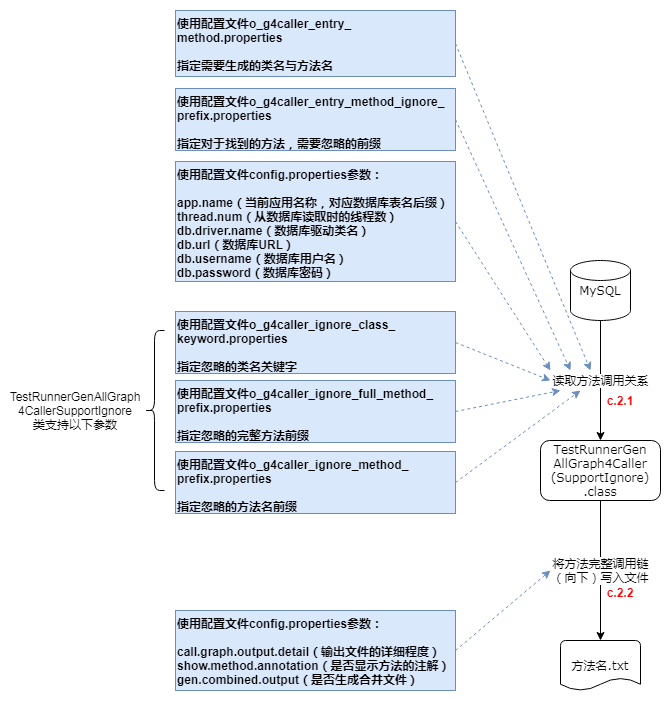
This is pic/args-use-c.2.png from Adrninistrator/java-all-call-graph, a draw.io export, as it was before one commit. Source tidied: cells renumbered, new cells last; positions are measured from the earlier drawing's top-left corner, leaving out a move shared by most shapes. The source it was exported from:
```xml
<mxGraphModel>
  <root>
    <mxCell id="0" />
    <mxCell id="1" parent="0" />
    <mxCell id="2" value="TestRunnerGen&lt;br&gt;AllGraph4Caller&lt;br&gt;(SupportIgnore)&lt;br&gt;.class" style="rounded=1;html=1;whiteSpace=wrap;fontSize=12;fontFamily=Verdana;" parent="1" vertex="1">
      <mxGeometry x="530" y="430" width="120" height="60" as="geometry" />
    </mxCell>
    <mxCell id="3" value="MySQL" style="strokeWidth=1;html=1;shape=mxgraph.flowchart.database;whiteSpace=wrap;fontSize=12;fontFamily=Verdana;" parent="1" vertex="1">
      <mxGeometry x="560" y="250" width="60" height="60" as="geometry" />
    </mxCell>
    <mxCell id="4" value="方法名.txt" style="strokeWidth=1;html=1;shape=mxgraph.flowchart.document2;whiteSpace=wrap;size=0.25;fontSize=12;fontFamily=Verdana;" parent="1" vertex="1">
      <mxGeometry x="550" y="630" width="80" height="50" as="geometry" />
    </mxCell>
    <mxCell id="5" value="读取方法调用关系" style="endArrow=classic;html=1;strokeWidth=1;exitX=0.5;exitY=1;exitDx=0;exitDy=0;exitPerimeter=0;fontSize=12;fontFamily=Verdana;entryX=0.5;entryY=0;entryDx=0;entryDy=0;" parent="1" edge="1" source="3" target="2">
      <mxGeometry relative="1" as="geometry" />
    </mxCell>
    <mxCell id="6" value="将方法完整调用链&lt;br&gt;（向下）写入文件" style="endArrow=classic;html=1;strokeWidth=1;exitX=0.5;exitY=1;exitDx=0;exitDy=0;entryX=0.5;entryY=0;entryDx=0;entryDy=0;entryPerimeter=0;jumpStyle=arc;jumpSize=8;fontSize=12;fontFamily=Verdana;" parent="1" edge="1" source="2" target="4">
      <mxGeometry relative="1" as="geometry" />
    </mxCell>
    <mxCell id="7" value="使用配置文件o_g4caller_entry_&lt;br&gt;method.properties&lt;br&gt;&lt;br&gt;指定需要生成的类名与方法名" style="rounded=0;whiteSpace=wrap;html=1;align=left;verticalAlign=top;fillColor=#dae8fc;strokeColor=#6c8ebf;fontStyle=1;" parent="1" vertex="1">
      <mxGeometry x="165" width="280" height="66" as="geometry" />
    </mxCell>
    <mxCell id="8" style="endArrow=classic;html=1;exitX=1;exitY=0.5;exitDx=0;exitDy=0;dashed=1;fillColor=#dae8fc;strokeColor=#6c8ebf;" parent="1" edge="1" source="7">
      <mxGeometry relative="1" as="geometry">
        <mxPoint x="580" y="360" as="targetPoint" />
      </mxGeometry>
    </mxCell>
    <mxCell id="9" value="使用配置文件o_g4caller_entry_method_ignore_&lt;br&gt;prefix.properties&lt;br&gt;&lt;br&gt;指定对于找到的方法，需要忽略的前缀" style="rounded=0;whiteSpace=wrap;html=1;align=left;verticalAlign=top;fillColor=#dae8fc;strokeColor=#6c8ebf;fontStyle=1;" parent="1" vertex="1">
      <mxGeometry x="165" y="78" width="280" height="62" as="geometry" />
    </mxCell>
    <mxCell id="10" style="endArrow=classic;html=1;exitX=1;exitY=0.5;exitDx=0;exitDy=0;dashed=1;fillColor=#dae8fc;strokeColor=#6c8ebf;" parent="1" edge="1" source="9">
      <mxGeometry relative="1" as="geometry">
        <mxPoint x="560" y="360" as="targetPoint" />
      </mxGeometry>
    </mxCell>
    <mxCell id="11" value="使用配置文件config.properties参数：&lt;br&gt;&lt;br&gt;&lt;div&gt;call.graph.output.detail（输出文件的详细程度）&lt;/div&gt;&lt;div&gt;show.method.annotation（是否显示方法的注解）&lt;/div&gt;&lt;div&gt;gen.combined.output（是否生成合并文件）&lt;/div&gt;" style="rounded=0;whiteSpace=wrap;html=1;align=left;verticalAlign=top;fillColor=#dae8fc;strokeColor=#6c8ebf;fontStyle=1;" parent="1" vertex="1">
      <mxGeometry x="165" y="600" width="280" height="80" as="geometry" />
    </mxCell>
    <mxCell id="12" style="endArrow=classic;html=1;exitX=1;exitY=0.5;exitDx=0;exitDy=0;dashed=1;fillColor=#dae8fc;strokeColor=#6c8ebf;" parent="1" edge="1" source="11">
      <mxGeometry relative="1" as="geometry">
        <mxPoint x="540" y="560" as="targetPoint" />
      </mxGeometry>
    </mxCell>
    <mxCell id="13" value="使用配置文件config.properties参数：&lt;br&gt;&lt;br&gt;app.name（当前应用名称，对应数据库表名后缀）&lt;br&gt;thread.num（从数据库读取时的线程数）&lt;br&gt;&lt;div&gt;db.driver.name（数据库驱动类名）&lt;/div&gt;&lt;div&gt;db.url（数据库URL）&lt;/div&gt;&lt;div&gt;db.username（数据库用户名）&lt;/div&gt;&lt;div&gt;db.password（数据库密码）&lt;/div&gt;" style="rounded=0;html=1;align=left;verticalAlign=top;fillColor=#dae8fc;strokeColor=#6c8ebf;fontStyle=1;whiteSpace=wrap;fontSize=12;" parent="1" vertex="1">
      <mxGeometry x="165" y="151" width="280" height="120" as="geometry" />
    </mxCell>
    <mxCell id="14" style="endArrow=classic;html=1;exitX=1;exitY=0.5;exitDx=0;exitDy=0;dashed=1;fillColor=#dae8fc;strokeColor=#6c8ebf;" parent="1" edge="1" source="13">
      <mxGeometry relative="1" as="geometry">
        <mxPoint x="540" y="360" as="targetPoint" />
      </mxGeometry>
    </mxCell>
    <mxCell id="15" value="使用配置文件o_g4caller_ignore_class_&lt;br&gt;keyword.properties&lt;br&gt;&lt;br&gt;指定忽略的类名关键字" style="rounded=0;whiteSpace=wrap;html=1;align=left;verticalAlign=top;fillColor=#dae8fc;strokeColor=#6c8ebf;fontStyle=1;" parent="1" vertex="1">
      <mxGeometry x="165" y="301" width="280" height="62" as="geometry" />
    </mxCell>
    <mxCell id="16" style="endArrow=classic;html=1;exitX=1;exitY=0.5;exitDx=0;exitDy=0;dashed=1;fillColor=#dae8fc;strokeColor=#6c8ebf;" parent="1" edge="1" source="15">
      <mxGeometry relative="1" as="geometry">
        <mxPoint x="540" y="370" as="targetPoint" />
      </mxGeometry>
    </mxCell>
    <mxCell id="17" value="使用配置文件o_g4caller_ignore_full_method_&lt;br&gt;prefix.properties&lt;br&gt;&lt;br&gt;指定忽略的完整方法前缀" style="rounded=0;whiteSpace=wrap;html=1;align=left;verticalAlign=top;fillColor=#dae8fc;strokeColor=#6c8ebf;fontStyle=1;" parent="1" vertex="1">
      <mxGeometry x="165" y="370" width="280" height="62" as="geometry" />
    </mxCell>
    <mxCell id="18" style="endArrow=classic;html=1;exitX=1;exitY=0.5;exitDx=0;exitDy=0;dashed=1;fillColor=#dae8fc;strokeColor=#6c8ebf;" parent="1" edge="1" source="17">
      <mxGeometry relative="1" as="geometry">
        <mxPoint x="550" y="380" as="targetPoint" />
      </mxGeometry>
    </mxCell>
    <mxCell id="19" value="使用配置文件o_g4caller_ignore_method_&lt;br&gt;prefix.properties&lt;br&gt;&lt;br&gt;指定忽略的方法名前缀" style="rounded=0;whiteSpace=wrap;html=1;align=left;verticalAlign=top;fillColor=#dae8fc;strokeColor=#6c8ebf;fontStyle=1;" parent="1" vertex="1">
      <mxGeometry x="165" y="441" width="280" height="62" as="geometry" />
    </mxCell>
    <mxCell id="20" style="endArrow=classic;html=1;exitX=1;exitY=0.5;exitDx=0;exitDy=0;dashed=1;fillColor=#dae8fc;strokeColor=#6c8ebf;" parent="1" edge="1" source="19">
      <mxGeometry relative="1" as="geometry">
        <mxPoint x="570" y="380" as="targetPoint" />
      </mxGeometry>
    </mxCell>
    <mxCell id="21" style="shape=curlyBracket;whiteSpace=wrap;html=1;rounded=1;fontSize=12;align=left;" parent="1" vertex="1">
      <mxGeometry x="134" y="320" width="20" height="160" as="geometry" />
    </mxCell>
    <mxCell id="22" value="TestRunnerGenAllGraph&lt;br&gt;4CallerSupportIgnore&lt;br&gt;类支持以下参数" style="text;html=1;strokeColor=none;fillColor=none;align=center;verticalAlign=middle;whiteSpace=wrap;rounded=0;" parent="1" vertex="1">
      <mxGeometry y="390" width="130" height="20" as="geometry" />
    </mxCell>
    <mxCell id="23" value="c.2.1" style="text;html=1;strokeColor=none;fillColor=none;align=center;verticalAlign=middle;whiteSpace=wrap;rounded=0;fontStyle=1;fontColor=#FF0000;" parent="1" vertex="1">
      <mxGeometry x="590" y="380" width="40" height="20" as="geometry" />
    </mxCell>
    <mxCell id="24" value="c.2.2" style="text;html=1;strokeColor=none;fillColor=none;align=center;verticalAlign=middle;whiteSpace=wrap;rounded=0;fontStyle=1;fontColor=#FF0000;" parent="1" vertex="1">
      <mxGeometry x="590" y="572" width="40" height="20" as="geometry" />
    </mxCell>
  </root>
</mxGraphModel>
```
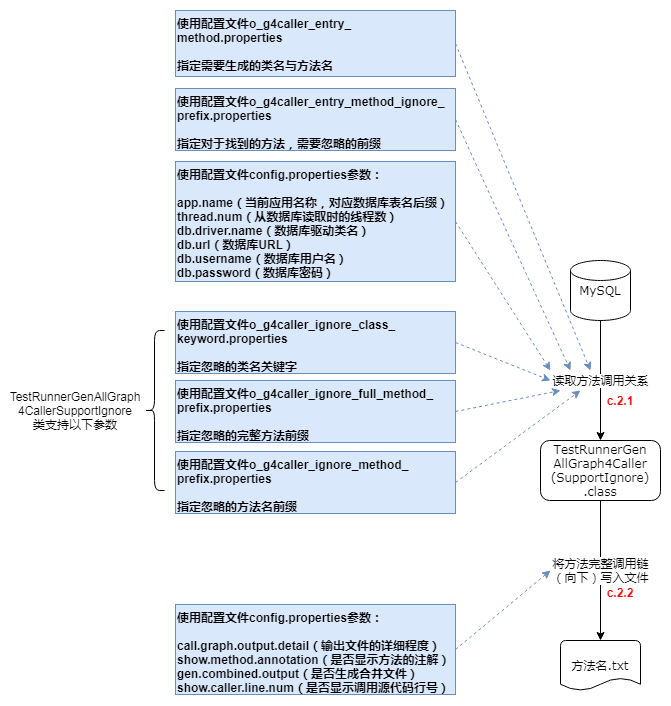
The same diagram one commit later.

The edit, as a diff of the source:
```diff
@@ -33,8 +33,8 @@
         <mxPoint x="560" y="360" as="targetPoint" />
       </mxGeometry>
     </mxCell>
-    <mxCell id="11" value="使用配置文件config.properties参数：&lt;br&gt;&lt;br&gt;&lt;div&gt;call.graph.output.detail（输出文件的详细程度）&lt;/div&gt;&lt;div&gt;show.method.annotation（是否显示方法的注解）&lt;/div&gt;&lt;div&gt;gen.combined.output（是否生成合并文件）&lt;/div&gt;" style="rounded=0;whiteSpace=wrap;html=1;align=left;verticalAlign=top;fillColor=#dae8fc;strokeColor=#6c8ebf;fontStyle=1;" parent="1" vertex="1">
-      <mxGeometry x="165" y="600" width="280" height="80" as="geometry" />
+    <mxCell id="11" value="使用配置文件config.properties参数：&lt;br&gt;&lt;br&gt;&lt;div&gt;call.graph.output.detail（输出文件的详细程度）&lt;/div&gt;&lt;div&gt;show.method.annotation（是否显示方法的注解）&lt;/div&gt;&lt;div&gt;gen.combined.output（是否生成合并文件）&lt;/div&gt;&lt;div&gt;show.caller.line.num（是否显示调用源代码行号）&lt;br&gt;&lt;/div&gt;" style="rounded=0;whiteSpace=wrap;html=1;align=left;verticalAlign=top;fillColor=#dae8fc;strokeColor=#6c8ebf;fontStyle=1;" parent="1" vertex="1">
+      <mxGeometry x="165" y="594" width="280" height="90" as="geometry" />
     </mxCell>
     <mxCell id="12" style="endArrow=classic;html=1;exitX=1;exitY=0.5;exitDx=0;exitDy=0;dashed=1;fillColor=#dae8fc;strokeColor=#6c8ebf;" parent="1" edge="1" source="11">
       <mxGeometry relative="1" as="geometry">
```
